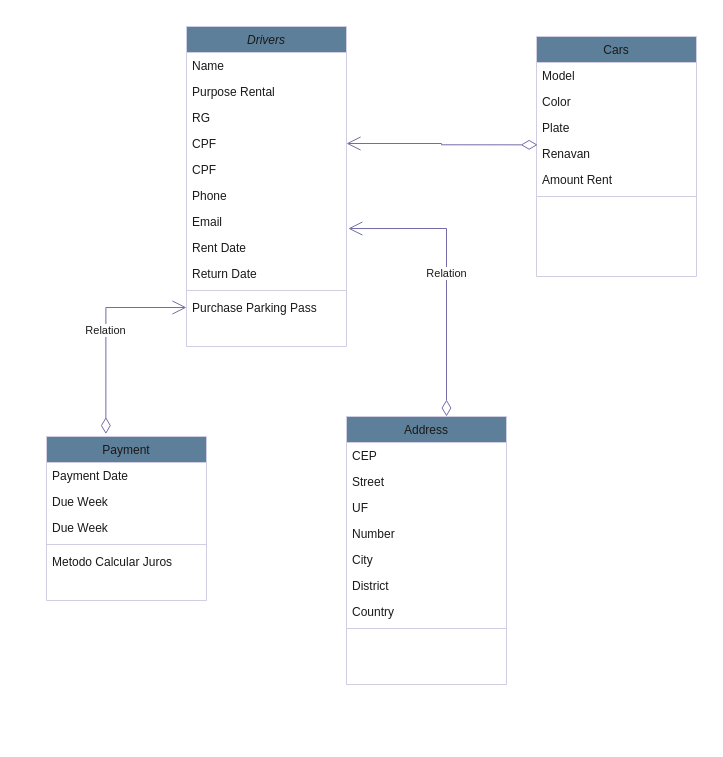
Deividwb/RentCarsBack keeps this draw.io diagram as Diagrama sem nome.drawio. Above is the earlier version. Source tidied: cells renumbered, new cells numbered last; positions are measured from the earlier drawing's top-left corner, leaving out a move shared by most shapes. Both pictures are drawn from the tidied source at 100%, with x=0, y=0 at pixel (46, 26).
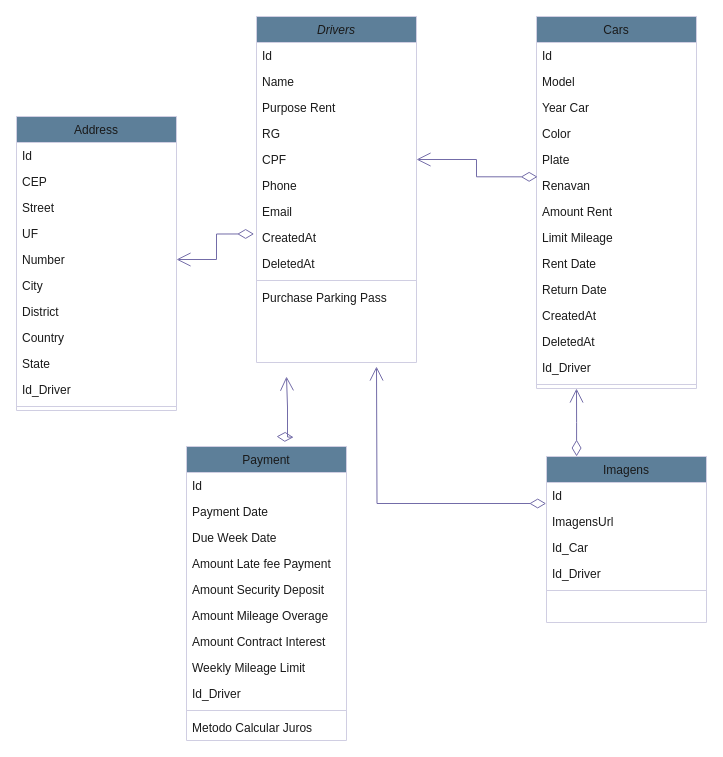
After the change.

Unchanged cells that the change refers to:
```xml
<mxCell id="10" value="Email" style="text;align=left;verticalAlign=top;spacingLeft=4;spacingRight=4;overflow=hidden;points=[[0,0.5],[1,0.5]];portConstraint=eastwest;rounded=0;shadow=0;html=0;labelBackgroundColor=none;fontColor=#1A1A1A;" parent="3" vertex="1">
  <mxGeometry y="182" width="160" height="26" as="geometry" />
</mxCell>
<mxCell id="14" value="Purchase Parking Pass" style="text;align=left;verticalAlign=top;spacingLeft=4;spacingRight=4;overflow=hidden;points=[[0,0.5],[1,0.5]];portConstraint=eastwest;labelBackgroundColor=none;fontColor=#1A1A1A;" parent="3" vertex="1">
  <mxGeometry y="268" width="160" height="26" as="geometry" />
</mxCell>
```

Change to the diagram source:
```diff
@@
-    <mxCell id="2" value="Relation" style="endArrow=open;html=1;endSize=12;startArrow=diamondThin;startSize=14;startFill=0;edgeStyle=orthogonalEdgeStyle;rounded=0;strokeColor=#736CA8;fontColor=#1A1A1A;exitX=0.625;exitY=0;exitDx=0;exitDy=0;entryX=1.011;entryY=0.771;entryDx=0;entryDy=0;entryPerimeter=0;exitPerimeter=0;" parent="1" edge="1" source="28" target="10">
-      <mxGeometry relative="1" as="geometry" />
-    </mxCell>
     <mxCell id="3" value="Drivers&#10;" style="swimlane;fontStyle=2;align=center;verticalAlign=top;horizontal=1;startSize=26;rounded=0;shadow=0;strokeWidth=1;labelBackgroundColor=none;fillColor=#5D7F99;strokeColor=#D0CEE2;fontColor=#1A1A1A;" parent="1" vertex="1">
-      <mxGeometry x="140" width="160" height="320" as="geometry" />
+      <mxGeometry x="210" y="-10" width="160" height="346" as="geometry" />
     </mxCell>
-    <mxCell id="4" value="Name" style="text;align=left;verticalAlign=top;spacingLeft=4;spacingRight=4;overflow=hidden;labelBackgroundColor=none;fontColor=#1A1A1A;" parent="3" vertex="1">
+    <mxCell id="4" value="Id" style="text;align=left;verticalAlign=top;spacingLeft=4;spacingRight=4;overflow=hidden;labelBackgroundColor=none;fontColor=#1A1A1A;" parent="3" vertex="1">
       <mxGeometry y="26" width="160" height="26" as="geometry" />
     </mxCell>
+    <mxCell id="39" value="Name" style="text;align=left;verticalAlign=top;spacingLeft=4;spacingRight=4;overflow=hidden;labelBackgroundColor=none;fontColor=#1A1A1A;" parent="3" vertex="1">
+      <mxGeometry y="52" width="160" height="26" as="geometry" />
+    </mxCell>
-    <mxCell id="5" value="Purpose Rental" style="text;align=left;verticalAlign=top;spacingLeft=4;spacingRight=4;overflow=hidden;labelBackgroundColor=none;fontColor=#1A1A1A;" parent="3" vertex="1">
-      <mxGeometry y="52" width="160" height="26" as="geometry" />
+    <mxCell id="5" value="Purpose Rent" style="text;align=left;verticalAlign=top;spacingLeft=4;spacingRight=4;overflow=hidden;labelBackgroundColor=none;fontColor=#1A1A1A;" parent="3" vertex="1">
+      <mxGeometry y="78" width="160" height="26" as="geometry" />
     </mxCell>
     <mxCell id="6" value="RG" style="text;align=left;verticalAlign=top;spacingLeft=4;spacingRight=4;overflow=hidden;labelBackgroundColor=none;fontColor=#1A1A1A;" parent="3" vertex="1">
-      <mxGeometry y="78" width="160" height="26" as="geometry" />
+      <mxGeometry y="104" width="160" height="26" as="geometry" />
     </mxCell>
     <mxCell id="7" value="CPF" style="text;align=left;verticalAlign=top;spacingLeft=4;spacingRight=4;overflow=hidden;points=[[0,0.5],[1,0.5]];portConstraint=eastwest;labelBackgroundColor=none;fontColor=#1A1A1A;" parent="3" vertex="1">
-      <mxGeometry y="104" width="160" height="26" as="geometry" />
+      <mxGeometry y="130" width="160" height="26" as="geometry" />
     </mxCell>
-    <mxCell id="8" value="CPF" style="text;align=left;verticalAlign=top;spacingLeft=4;spacingRight=4;overflow=hidden;labelBackgroundColor=none;fontColor=#1A1A1A;" parent="3" vertex="1">
-      <mxGeometry y="130" width="160" height="26" as="geometry" />
-    </mxCell>
@@
-    <mxCell id="11" value="Rent Date" style="text;align=left;verticalAlign=top;spacingLeft=4;spacingRight=4;overflow=hidden;rounded=0;shadow=0;html=0;labelBackgroundColor=none;fontColor=#1A1A1A;" parent="3" vertex="1">
-      <mxGeometry y="208" width="160" height="26" as="geometry" />
-    </mxCell>
-    <mxCell id="12" value="Return Date" style="text;align=left;verticalAlign=top;spacingLeft=4;spacingRight=4;overflow=hidden;rounded=0;shadow=0;html=0;labelBackgroundColor=none;fontColor=#1A1A1A;" parent="3" vertex="1">
-      <mxGeometry y="234" width="160" height="26" as="geometry" />
-    </mxCell>
+    <mxCell id="40" value="CreatedAt" style="text;align=left;verticalAlign=top;spacingLeft=4;spacingRight=4;overflow=hidden;points=[[0,0.5],[1,0.5]];portConstraint=eastwest;rounded=0;shadow=0;html=0;labelBackgroundColor=none;fontColor=#1A1A1A;" parent="3" vertex="1">
+      <mxGeometry y="208" width="160" height="26" as="geometry" />
+    </mxCell>
+    <mxCell id="41" value="DeletedAt" style="text;align=left;verticalAlign=top;spacingLeft=4;spacingRight=4;overflow=hidden;rounded=0;shadow=0;html=0;labelBackgroundColor=none;fontColor=#1A1A1A;" parent="3" vertex="1">
+      <mxGeometry y="234" width="160" height="26" as="geometry" />
+    </mxCell>
@@
     <mxCell id="15" value="Payment" style="swimlane;fontStyle=0;align=center;verticalAlign=top;horizontal=1;startSize=26;rounded=0;shadow=0;strokeWidth=1;labelBackgroundColor=none;fillColor=#5D7F99;strokeColor=#D0CEE2;fontColor=#1A1A1A;" parent="1" vertex="1">
-      <mxGeometry y="410" width="160" height="164" as="geometry" />
+      <mxGeometry x="140" y="420" width="160" height="294" as="geometry" />
     </mxCell>
+    <mxCell id="42" value="Id" style="text;align=left;verticalAlign=top;spacingLeft=4;spacingRight=4;overflow=hidden;labelBackgroundColor=none;fontColor=#1A1A1A;" parent="15" vertex="1">
+      <mxGeometry y="26" width="160" height="26" as="geometry" />
+    </mxCell>
     <mxCell id="16" value="Payment Date" style="text;align=left;verticalAlign=top;spacingLeft=4;spacingRight=4;overflow=hidden;labelBackgroundColor=none;fontColor=#1A1A1A;" parent="15" vertex="1">
-      <mxGeometry y="26" width="160" height="26" as="geometry" />
+      <mxGeometry y="52" width="160" height="26" as="geometry" />
     </mxCell>
-    <mxCell id="17" value="Due Week" style="text;align=left;verticalAlign=top;spacingLeft=4;spacingRight=4;overflow=hidden;rounded=0;shadow=0;html=0;labelBackgroundColor=none;fontColor=#1A1A1A;" parent="15" vertex="1">
-      <mxGeometry y="52" width="160" height="26" as="geometry" />
+    <mxCell id="17" value="Due Week Date" style="text;align=left;verticalAlign=top;spacingLeft=4;spacingRight=4;overflow=hidden;rounded=0;shadow=0;html=0;labelBackgroundColor=none;fontColor=#1A1A1A;" parent="15" vertex="1">
+      <mxGeometry y="78" width="160" height="26" as="geometry" />
     </mxCell>
-    <mxCell id="18" value="Due Week" style="text;align=left;verticalAlign=top;spacingLeft=4;spacingRight=4;overflow=hidden;rounded=0;shadow=0;html=0;labelBackgroundColor=none;fontColor=#1A1A1A;" parent="15" vertex="1">
-      <mxGeometry y="78" width="160" height="26" as="geometry" />
+    <mxCell id="18" value="Amount Late fee Payment" style="text;align=left;verticalAlign=top;spacingLeft=4;spacingRight=4;overflow=hidden;rounded=0;shadow=0;html=0;labelBackgroundColor=none;fontColor=#1A1A1A;" parent="15" vertex="1">
+      <mxGeometry y="104" width="160" height="26" as="geometry" />
     </mxCell>
+    <mxCell id="43" value="Amount Security Deposit" style="text;align=left;verticalAlign=top;spacingLeft=4;spacingRight=4;overflow=hidden;rounded=0;shadow=0;html=0;labelBackgroundColor=none;fontColor=#1A1A1A;" parent="15" vertex="1">
+      <mxGeometry y="130" width="160" height="26" as="geometry" />
+    </mxCell>
+    <mxCell id="44" value="Amount Mileage Overage" style="text;align=left;verticalAlign=top;spacingLeft=4;spacingRight=4;overflow=hidden;rounded=0;shadow=0;html=0;labelBackgroundColor=none;fontColor=#1A1A1A;" parent="15" vertex="1">
+      <mxGeometry y="156" width="160" height="26" as="geometry" />
+    </mxCell>
+    <mxCell id="45" value="Amount Contract Interest" style="text;align=left;verticalAlign=top;spacingLeft=4;spacingRight=4;overflow=hidden;rounded=0;shadow=0;html=0;labelBackgroundColor=none;fontColor=#1A1A1A;" parent="15" vertex="1">
+      <mxGeometry y="182" width="160" height="26" as="geometry" />
+    </mxCell>
+    <mxCell id="46" value="Weekly Mileage Limit" style="text;align=left;verticalAlign=top;spacingLeft=4;spacingRight=4;overflow=hidden;rounded=0;shadow=0;html=0;labelBackgroundColor=none;fontColor=#1A1A1A;" parent="15" vertex="1">
+      <mxGeometry y="208" width="160" height="26" as="geometry" />
+    </mxCell>
+    <mxCell id="47" value="Id_Driver" style="text;align=left;verticalAlign=top;spacingLeft=4;spacingRight=4;overflow=hidden;rounded=0;shadow=0;html=0;labelBackgroundColor=none;fontColor=#1A1A1A;" parent="15" vertex="1">
+      <mxGeometry y="234" width="160" height="26" as="geometry" />
+    </mxCell>
     <mxCell id="19" style="line;html=1;strokeWidth=1;align=left;verticalAlign=middle;spacingTop=-1;spacingLeft=3;spacingRight=3;labelPosition=right;labelBackgroundColor=none;fillColor=#5D7F99;strokeColor=#D0CEE2;fontColor=#1A1A1A;" parent="15" vertex="1">
-      <mxGeometry y="104" width="160" height="8" as="geometry" />
+      <mxGeometry y="260" width="160" height="8" as="geometry" />
     </mxCell>
     <mxCell id="20" value="Metodo Calcular Juros" style="text;align=left;verticalAlign=top;spacingLeft=4;spacingRight=4;overflow=hidden;labelBackgroundColor=none;fontColor=#1A1A1A;" parent="15" vertex="1">
-      <mxGeometry y="112" width="160" height="26" as="geometry" />
+      <mxGeometry y="268" width="160" height="26" as="geometry" />
     </mxCell>
     <mxCell id="21" value="Cars" style="swimlane;fontStyle=0;align=center;verticalAlign=top;horizontal=1;startSize=26;rounded=0;shadow=0;strokeWidth=1;labelBackgroundColor=none;fillColor=#5D7F99;strokeColor=#D0CEE2;fontColor=#1A1A1A;" parent="1" vertex="1">
-      <mxGeometry x="490" y="10" width="160" height="240" as="geometry" />
+      <mxGeometry x="490" y="-10" width="160" height="372" as="geometry" />
     </mxCell>
-    <mxCell id="22" value="Model" style="text;align=left;verticalAlign=top;spacingLeft=4;spacingRight=4;overflow=hidden;labelBackgroundColor=none;fontColor=#1A1A1A;" parent="21" vertex="1">
+    <mxCell id="22" value="Id" style="text;align=left;verticalAlign=top;spacingLeft=4;spacingRight=4;overflow=hidden;labelBackgroundColor=none;fontColor=#1A1A1A;" parent="21" vertex="1">
       <mxGeometry y="26" width="160" height="26" as="geometry" />
     </mxCell>
+    <mxCell id="48" value="Model" style="text;align=left;verticalAlign=top;spacingLeft=4;spacingRight=4;overflow=hidden;labelBackgroundColor=none;fontColor=#1A1A1A;" parent="21" vertex="1">
+      <mxGeometry y="52" width="160" height="26" as="geometry" />
+    </mxCell>
+    <mxCell id="49" value="Year Car" style="text;align=left;verticalAlign=top;spacingLeft=4;spacingRight=4;overflow=hidden;labelBackgroundColor=none;fontColor=#1A1A1A;" parent="21" vertex="1">
+      <mxGeometry y="78" width="160" height="26" as="geometry" />
+    </mxCell>
     <mxCell id="23" value="Color" style="text;align=left;verticalAlign=top;spacingLeft=4;spacingRight=4;overflow=hidden;labelBackgroundColor=none;fontColor=#1A1A1A;" parent="21" vertex="1">
-      <mxGeometry y="52" width="160" height="26" as="geometry" />
+      <mxGeometry y="104" width="160" height="26" as="geometry" />
     </mxCell>
     <mxCell id="24" value="Plate" style="text;align=left;verticalAlign=top;spacingLeft=4;spacingRight=4;overflow=hidden;labelBackgroundColor=none;fontColor=#1A1A1A;" parent="21" vertex="1">
-      <mxGeometry y="78" width="160" height="26" as="geometry" />
+      <mxGeometry y="130" width="160" height="26" as="geometry" />
     </mxCell>
     <mxCell id="25" value="Renavan" style="text;align=left;verticalAlign=top;spacingLeft=4;spacingRight=4;overflow=hidden;points=[[0,0.5],[1,0.5]];portConstraint=eastwest;labelBackgroundColor=none;fontColor=#1A1A1A;" parent="21" vertex="1">
-      <mxGeometry y="104" width="160" height="26" as="geometry" />
+      <mxGeometry y="156" width="160" height="26" as="geometry" />
     </mxCell>
     <mxCell id="26" value="Amount Rent" style="text;align=left;verticalAlign=top;spacingLeft=4;spacingRight=4;overflow=hidden;labelBackgroundColor=none;fontColor=#1A1A1A;" parent="21" vertex="1">
-      <mxGeometry y="130" width="160" height="26" as="geometry" />
+      <mxGeometry y="182" width="160" height="26" as="geometry" />
     </mxCell>
+    <mxCell id="50" value="Limit Mileage" style="text;align=left;verticalAlign=top;spacingLeft=4;spacingRight=4;overflow=hidden;labelBackgroundColor=none;fontColor=#1A1A1A;" parent="21" vertex="1">
+      <mxGeometry y="208" width="160" height="26" as="geometry" />
+    </mxCell>
+    <mxCell id="11" value="Rent Date" style="text;align=left;verticalAlign=top;spacingLeft=4;spacingRight=4;overflow=hidden;labelBackgroundColor=none;fontColor=#1A1A1A;" parent="21" vertex="1">
+      <mxGeometry y="234" width="160" height="26" as="geometry" />
+    </mxCell>
+    <mxCell id="12" value="Return Date" style="text;align=left;verticalAlign=top;spacingLeft=4;spacingRight=4;overflow=hidden;labelBackgroundColor=none;fontColor=#1A1A1A;" parent="21" vertex="1">
+      <mxGeometry y="260" width="160" height="26" as="geometry" />
+    </mxCell>
+    <mxCell id="51" value="CreatedAt" style="text;align=left;verticalAlign=top;spacingLeft=4;spacingRight=4;overflow=hidden;labelBackgroundColor=none;fontColor=#1A1A1A;" parent="21" vertex="1">
+      <mxGeometry y="286" width="160" height="26" as="geometry" />
+    </mxCell>
+    <mxCell id="52" value="DeletedAt" style="text;align=left;verticalAlign=top;spacingLeft=4;spacingRight=4;overflow=hidden;labelBackgroundColor=none;fontColor=#1A1A1A;" parent="21" vertex="1">
+      <mxGeometry y="312" width="160" height="26" as="geometry" />
+    </mxCell>
+    <mxCell id="53" value="Id_Driver" style="text;align=left;verticalAlign=top;spacingLeft=4;spacingRight=4;overflow=hidden;labelBackgroundColor=none;fontColor=#1A1A1A;" parent="21" vertex="1">
+      <mxGeometry y="338" width="160" height="26" as="geometry" />
+    </mxCell>
     <mxCell id="27" style="line;html=1;strokeWidth=1;align=left;verticalAlign=middle;spacingTop=-1;spacingLeft=3;spacingRight=3;labelPosition=right;labelBackgroundColor=none;fillColor=#5D7F99;strokeColor=#D0CEE2;fontColor=#1A1A1A;" parent="21" vertex="1">
-      <mxGeometry y="156" width="160" height="8" as="geometry" />
+      <mxGeometry y="364" width="160" height="8" as="geometry" />
     </mxCell>
     <mxCell id="28" value="Address" style="swimlane;fontStyle=0;align=center;verticalAlign=top;horizontal=1;startSize=26;rounded=0;shadow=0;strokeWidth=1;labelBackgroundColor=none;fillColor=#5D7F99;strokeColor=#D0CEE2;fontColor=#1A1A1A;" parent="1" vertex="1">
-      <mxGeometry x="300" y="390" width="160" height="268" as="geometry" />
+      <mxGeometry x="-30" y="90" width="160" height="294" as="geometry" />
     </mxCell>
+    <mxCell id="54" value="Id&#10;" style="text;align=left;verticalAlign=top;spacingLeft=4;spacingRight=4;overflow=hidden;labelBackgroundColor=none;fontColor=#1A1A1A;" parent="28" vertex="1">
+      <mxGeometry y="26" width="160" height="26" as="geometry" />
+    </mxCell>
     <mxCell id="29" value="CEP" style="text;align=left;verticalAlign=top;spacingLeft=4;spacingRight=4;overflow=hidden;labelBackgroundColor=none;fontColor=#1A1A1A;" parent="28" vertex="1">
-      <mxGeometry y="26" width="160" height="26" as="geometry" />
+      <mxGeometry y="52" width="160" height="26" as="geometry" />
     </mxCell>
     <mxCell id="30" value="Street" style="text;align=left;verticalAlign=top;spacingLeft=4;spacingRight=4;overflow=hidden;labelBackgroundColor=none;fontColor=#1A1A1A;" parent="28" vertex="1">
-      <mxGeometry y="52" width="160" height="26" as="geometry" />
+      <mxGeometry y="78" width="160" height="26" as="geometry" />
     </mxCell>
     <mxCell id="31" value="UF" style="text;align=left;verticalAlign=top;spacingLeft=4;spacingRight=4;overflow=hidden;labelBackgroundColor=none;fontColor=#1A1A1A;" parent="28" vertex="1">
-      <mxGeometry y="78" width="160" height="26" as="geometry" />
+      <mxGeometry y="104" width="160" height="26" as="geometry" />
     </mxCell>
     <mxCell id="32" value="Number" style="text;align=left;verticalAlign=top;spacingLeft=4;spacingRight=4;overflow=hidden;points=[[0,0.5],[1,0.5]];portConstraint=eastwest;labelBackgroundColor=none;fontColor=#1A1A1A;" parent="28" vertex="1">
-      <mxGeometry y="104" width="160" height="26" as="geometry" />
+      <mxGeometry y="130" width="160" height="26" as="geometry" />
     </mxCell>
     <mxCell id="33" value="City" style="text;align=left;verticalAlign=top;spacingLeft=4;spacingRight=4;overflow=hidden;rounded=0;shadow=0;html=0;labelBackgroundColor=none;fontColor=#1A1A1A;" parent="28" vertex="1">
-      <mxGeometry y="130" width="160" height="26" as="geometry" />
+      <mxGeometry y="156" width="160" height="26" as="geometry" />
     </mxCell>
     <mxCell id="34" value="District" style="text;align=left;verticalAlign=top;spacingLeft=4;spacingRight=4;overflow=hidden;rounded=0;shadow=0;html=0;labelBackgroundColor=none;fontColor=#1A1A1A;" parent="28" vertex="1">
-      <mxGeometry y="156" width="160" height="26" as="geometry" />
+      <mxGeometry y="182" width="160" height="26" as="geometry" />
     </mxCell>
+    <mxCell id="55" value="Country" style="text;align=left;verticalAlign=top;spacingLeft=4;spacingRight=4;overflow=hidden;rounded=0;shadow=0;html=0;labelBackgroundColor=none;fontColor=#1A1A1A;" parent="28" vertex="1">
+      <mxGeometry y="208" width="160" height="26" as="geometry" />
+    </mxCell>
+    <mxCell id="56" value="State" style="text;align=left;verticalAlign=top;spacingLeft=4;spacingRight=4;overflow=hidden;rounded=0;shadow=0;html=0;labelBackgroundColor=none;fontColor=#1A1A1A;" parent="28" vertex="1">
+      <mxGeometry y="234" width="160" height="26" as="geometry" />
+    </mxCell>
-    <mxCell id="35" value="Country" style="text;align=left;verticalAlign=top;spacingLeft=4;spacingRight=4;overflow=hidden;rounded=0;shadow=0;html=0;labelBackgroundColor=none;fontColor=#1A1A1A;" parent="28" vertex="1">
-      <mxGeometry y="182" width="160" height="26" as="geometry" />
+    <mxCell id="35" value="Id_Driver" style="text;align=left;verticalAlign=top;spacingLeft=4;spacingRight=4;overflow=hidden;rounded=0;shadow=0;html=0;labelBackgroundColor=none;fontColor=#1A1A1A;" parent="28" vertex="1">
+      <mxGeometry y="260" width="160" height="26" as="geometry" />
     </mxCell>
     <mxCell id="36" style="line;html=1;strokeWidth=1;align=left;verticalAlign=middle;spacingTop=-1;spacingLeft=3;spacingRight=3;labelPosition=right;labelBackgroundColor=none;fillColor=#5D7F99;strokeColor=#D0CEE2;fontColor=#1A1A1A;" parent="28" vertex="1">
-      <mxGeometry y="208" width="160" height="8" as="geometry" />
+      <mxGeometry y="286" width="160" height="8" as="geometry" />
     </mxCell>
-    <mxCell id="37" value="Relation" style="endArrow=open;html=1;endSize=12;startArrow=diamondThin;startSize=14;startFill=0;edgeStyle=orthogonalEdgeStyle;rounded=0;strokeColor=#736CA8;fontColor=#1A1A1A;exitX=0.371;exitY=-0.015;exitDx=0;exitDy=0;exitPerimeter=0;entryX=0;entryY=0.5;entryDx=0;entryDy=0;" parent="1" edge="1" source="15" target="14">
-      <mxGeometry relative="1" as="geometry" />
-    </mxCell>
@@
+    <mxCell id="57" value="Imagens" style="swimlane;fontStyle=0;align=center;verticalAlign=top;horizontal=1;startSize=26;rounded=0;shadow=0;strokeWidth=1;labelBackgroundColor=none;fillColor=#5D7F99;strokeColor=#D0CEE2;fontColor=#1A1A1A;" parent="1" vertex="1">
+      <mxGeometry x="500" y="430" width="160" height="166" as="geometry" />
+    </mxCell>
+    <mxCell id="58" value="Id" style="text;align=left;verticalAlign=top;spacingLeft=4;spacingRight=4;overflow=hidden;points=[[0,0.5],[1,0.5]];portConstraint=eastwest;labelBackgroundColor=none;fontColor=#1A1A1A;" parent="57" vertex="1">
+      <mxGeometry y="26" width="160" height="26" as="geometry" />
+    </mxCell>
+    <mxCell id="59" value="ImagensUrl" style="text;align=left;verticalAlign=top;spacingLeft=4;spacingRight=4;overflow=hidden;labelBackgroundColor=none;fontColor=#1A1A1A;" parent="57" vertex="1">
+      <mxGeometry y="52" width="160" height="26" as="geometry" />
+    </mxCell>
+    <mxCell id="60" value="Id_Car" style="text;align=left;verticalAlign=top;spacingLeft=4;spacingRight=4;overflow=hidden;labelBackgroundColor=none;fontColor=#1A1A1A;" parent="57" vertex="1">
+      <mxGeometry y="78" width="160" height="26" as="geometry" />
+    </mxCell>
+    <mxCell id="61" value="Id_Driver" style="text;align=left;verticalAlign=top;spacingLeft=4;spacingRight=4;overflow=hidden;labelBackgroundColor=none;fontColor=#1A1A1A;" parent="57" vertex="1">
+      <mxGeometry y="104" width="160" height="26" as="geometry" />
+    </mxCell>
+    <mxCell id="62" style="line;html=1;strokeWidth=1;align=left;verticalAlign=middle;spacingTop=-1;spacingLeft=3;spacingRight=3;labelPosition=right;labelBackgroundColor=none;fillColor=#5D7F99;strokeColor=#D0CEE2;fontColor=#1A1A1A;" parent="57" vertex="1">
+      <mxGeometry y="130" width="160" height="8" as="geometry" />
+    </mxCell>
+    <mxCell id="63" style="endArrow=open;html=1;endSize=12;startArrow=diamondThin;startSize=14;startFill=0;edgeStyle=orthogonalEdgeStyle;align=left;verticalAlign=bottom;rounded=0;strokeColor=#736CA8;fontColor=#1A1A1A;" parent="1" edge="1">
+      <mxGeometry x="-1" y="3" relative="1" as="geometry">
+        <mxPoint x="230" y="410" as="sourcePoint" />
+        <mxPoint x="240" y="350" as="targetPoint" />
+      </mxGeometry>
+    </mxCell>
+    <mxCell id="64" style="endArrow=open;html=1;endSize=12;startArrow=diamondThin;startSize=14;startFill=0;edgeStyle=orthogonalEdgeStyle;align=left;verticalAlign=bottom;rounded=0;strokeColor=#736CA8;fontColor=#1A1A1A;exitX=-0.002;exitY=0.808;exitDx=0;exitDy=0;exitPerimeter=0;" parent="1" edge="1" source="58">
+      <mxGeometry x="-1" y="3" relative="1" as="geometry">
+        <mxPoint x="330" y="340" as="targetPoint" />
+      </mxGeometry>
+    </mxCell>
+    <mxCell id="65" style="endArrow=open;html=1;endSize=12;startArrow=diamondThin;startSize=14;startFill=0;edgeStyle=orthogonalEdgeStyle;align=left;verticalAlign=bottom;rounded=0;strokeColor=#736CA8;fontColor=#1A1A1A;entryX=0.25;entryY=1;entryDx=0;entryDy=0;exitX=0.188;exitY=0;exitDx=0;exitDy=0;exitPerimeter=0;" parent="1" edge="1" source="57" target="21">
+      <mxGeometry x="-1" y="3" relative="1" as="geometry" />
+    </mxCell>
+    <mxCell id="66" style="endArrow=open;html=1;endSize=12;startArrow=diamondThin;startSize=14;startFill=0;edgeStyle=orthogonalEdgeStyle;align=left;verticalAlign=bottom;rounded=0;strokeColor=#736CA8;fontColor=#1A1A1A;entryX=1;entryY=0.5;entryDx=0;entryDy=0;exitX=-0.015;exitY=0.364;exitDx=0;exitDy=0;exitPerimeter=0;" parent="1" edge="1" source="40" target="32">
+      <mxGeometry x="-1" y="3" relative="1" as="geometry" />
+    </mxCell>
```
